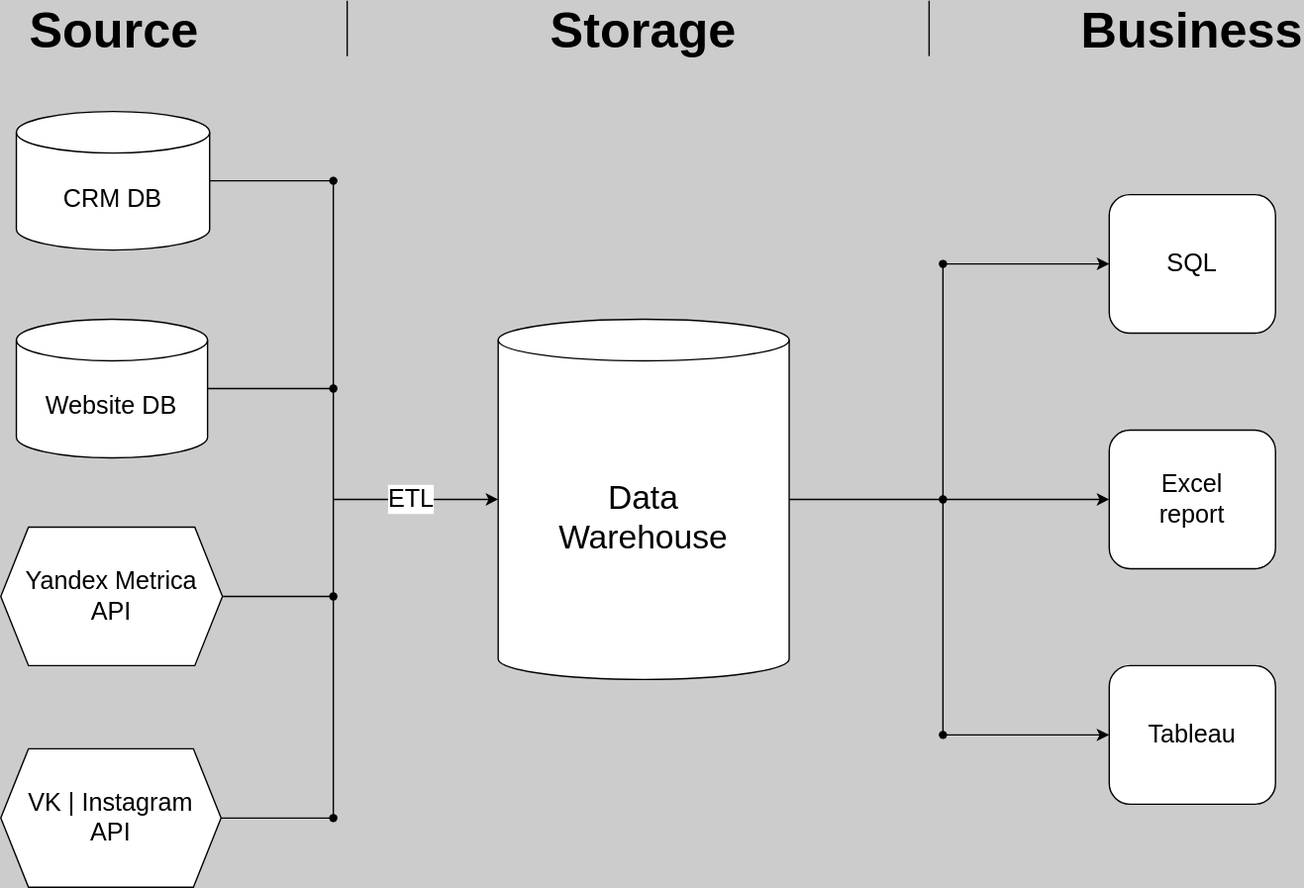
atsterq/DE-101 keeps this draw.io diagram as Module 1/Analytic solution architercture.drawio.svg. Above is the earlier version. Source tidied: cells renumbered, new cells last; positions are measured from the earlier drawing's top-left corner, leaving out a move shared by most shapes.
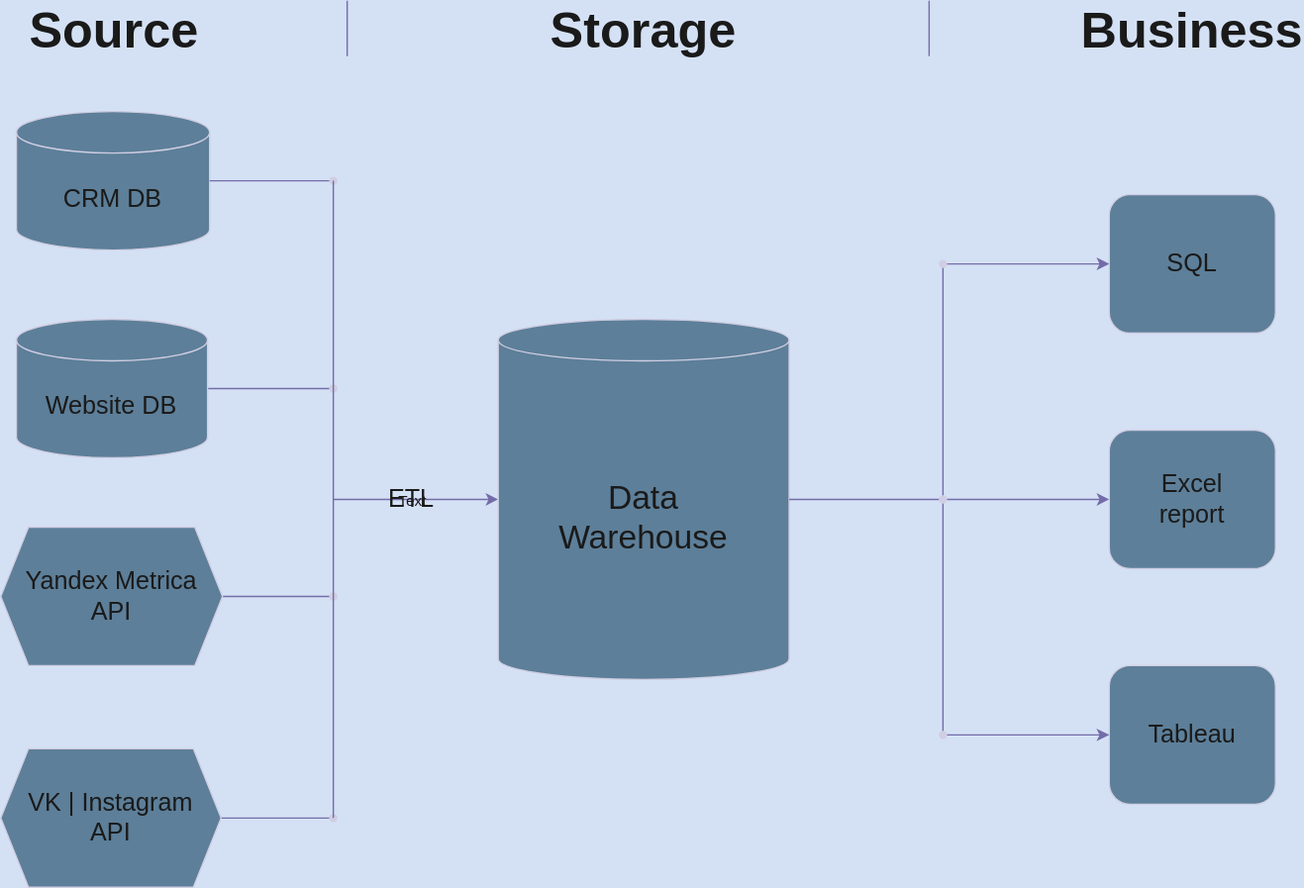
The same file after the commit.

What changed in the source:
```diff
@@ -1,8 +1,8 @@
-<mxGraphModel background="#CCCCCC">
+<mxGraphModel background="#D4E1F5">
   <root>
     <mxCell id="0" />
     <mxCell id="1" parent="0" />
-    <mxCell id="2" style="endArrow=none;html=1;rounded=0;" parent="1" edge="1">
+    <mxCell id="2" style="endArrow=none;html=1;rounded=0;labelBackgroundColor=none;strokeColor=#736CA8;fontColor=default;" parent="1" edge="1">
       <mxGeometry relative="1" as="geometry">
         <mxPoint x="250" y="40" as="sourcePoint" />
         <mxPoint x="250" y="40" as="targetPoint" />
@@ -11,108 +11,108 @@
         </Array>
       </mxGeometry>
     </mxCell>
-    <mxCell id="3" style="endArrow=none;html=1;rounded=0;" parent="1" edge="1">
+    <mxCell id="3" style="endArrow=none;html=1;rounded=0;labelBackgroundColor=none;strokeColor=#736CA8;fontColor=default;" parent="1" edge="1">
       <mxGeometry relative="1" as="geometry">
         <mxPoint x="670" y="40" as="sourcePoint" />
         <mxPoint x="670" as="targetPoint" />
       </mxGeometry>
     </mxCell>
-    <mxCell id="4" value="&lt;b&gt;&lt;font style=&quot;font-size: 36px;&quot;&gt;Source&lt;/font&gt;&lt;/b&gt;" style="text;html=1;strokeColor=none;fillColor=none;align=center;verticalAlign=middle;whiteSpace=wrap;rounded=0;" parent="1" vertex="1">
+    <mxCell id="4" value="&lt;b&gt;&lt;font style=&quot;font-size: 36px;&quot;&gt;Source&lt;/font&gt;&lt;/b&gt;" style="text;html=1;strokeColor=none;fillColor=none;align=center;verticalAlign=middle;whiteSpace=wrap;rounded=0;labelBackgroundColor=none;fontColor=#1A1A1A;" parent="1" vertex="1">
       <mxGeometry x="52" y="6" width="60" height="30" as="geometry" />
     </mxCell>
-    <mxCell id="5" value="&lt;b&gt;&lt;font style=&quot;font-size: 36px;&quot;&gt;Storage&lt;/font&gt;&lt;/b&gt;" style="text;html=1;strokeColor=none;fillColor=none;align=center;verticalAlign=middle;whiteSpace=wrap;rounded=0;" parent="1" vertex="1">
+    <mxCell id="5" value="&lt;b&gt;&lt;font style=&quot;font-size: 36px;&quot;&gt;Storage&lt;/font&gt;&lt;/b&gt;" style="text;html=1;strokeColor=none;fillColor=none;align=center;verticalAlign=middle;whiteSpace=wrap;rounded=0;labelBackgroundColor=none;fontColor=#1A1A1A;" parent="1" vertex="1">
       <mxGeometry x="434" y="6" width="60" height="30" as="geometry" />
     </mxCell>
-    <mxCell id="6" value="&lt;b&gt;&lt;font style=&quot;font-size: 36px;&quot;&gt;Business&lt;/font&gt;&lt;/b&gt;" style="text;html=1;strokeColor=none;fillColor=none;align=center;verticalAlign=middle;whiteSpace=wrap;rounded=0;" parent="1" vertex="1">
+    <mxCell id="6" value="&lt;b&gt;&lt;font style=&quot;font-size: 36px;&quot;&gt;Business&lt;/font&gt;&lt;/b&gt;" style="text;html=1;strokeColor=none;fillColor=none;align=center;verticalAlign=middle;whiteSpace=wrap;rounded=0;labelBackgroundColor=none;fontColor=#1A1A1A;" parent="1" vertex="1">
       <mxGeometry x="830" y="6" width="60" height="30" as="geometry" />
     </mxCell>
-    <mxCell id="7" value="&lt;font style=&quot;font-size: 18px;&quot;&gt;CRM DB&lt;/font&gt;" style="shape=cylinder3;whiteSpace=wrap;html=1;boundedLbl=1;backgroundOutline=1;size=15;" parent="1" vertex="1">
+    <mxCell id="7" value="&lt;font style=&quot;font-size: 18px;&quot;&gt;CRM DB&lt;/font&gt;" style="shape=cylinder3;whiteSpace=wrap;html=1;boundedLbl=1;backgroundOutline=1;size=15;labelBackgroundColor=none;fillColor=#5D7F99;strokeColor=#D0CEE2;fontColor=#1A1A1A;" parent="1" vertex="1">
       <mxGeometry x="11.2" y="80" width="139.5" height="100" as="geometry" />
     </mxCell>
-    <mxCell id="8" style="edgeStyle=orthogonalEdgeStyle;rounded=0;jettySize=auto;html=1;endArrow=none;endFill=0;" parent="1" edge="1" source="9" target="18">
+    <mxCell id="8" style="edgeStyle=orthogonalEdgeStyle;rounded=0;jettySize=auto;html=1;endArrow=none;endFill=0;labelBackgroundColor=none;strokeColor=#736CA8;fontColor=default;" parent="1" edge="1" source="9" target="18">
       <mxGeometry relative="1" as="geometry" />
     </mxCell>
-    <mxCell id="9" value="&lt;font style=&quot;font-size: 18px;&quot;&gt;Website DB&lt;/font&gt;" style="shape=cylinder3;whiteSpace=wrap;html=1;boundedLbl=1;backgroundOutline=1;size=15;" parent="1" vertex="1">
+    <mxCell id="9" value="&lt;font style=&quot;font-size: 18px;&quot;&gt;Website DB&lt;/font&gt;" style="shape=cylinder3;whiteSpace=wrap;html=1;boundedLbl=1;backgroundOutline=1;size=15;labelBackgroundColor=none;fillColor=#5D7F99;strokeColor=#D0CEE2;fontColor=#1A1A1A;" parent="1" vertex="1">
       <mxGeometry x="11.2" y="230" width="138" height="100" as="geometry" />
     </mxCell>
-    <mxCell id="10" style="edgeStyle=orthogonalEdgeStyle;rounded=0;jettySize=auto;html=1;endArrow=none;endFill=0;" parent="1" edge="1" source="11" target="21">
+    <mxCell id="10" style="edgeStyle=orthogonalEdgeStyle;rounded=0;jettySize=auto;html=1;endArrow=none;endFill=0;labelBackgroundColor=none;strokeColor=#736CA8;fontColor=default;" parent="1" edge="1" source="11" target="21">
       <mxGeometry relative="1" as="geometry" />
     </mxCell>
-    <mxCell id="11" value="&lt;font style=&quot;font-size: 18px;&quot;&gt;Yandex Metrica&lt;br style=&quot;border-color: var(--border-color);&quot;&gt;API&lt;/font&gt;" style="shape=hexagon;perimeter=hexagonPerimeter2;whiteSpace=wrap;html=1;fixedSize=1;" parent="1" vertex="1">
+    <mxCell id="11" value="&lt;font style=&quot;font-size: 18px;&quot;&gt;Yandex Metrica&lt;br style=&quot;border-color: var(--border-color);&quot;&gt;API&lt;/font&gt;" style="shape=hexagon;perimeter=hexagonPerimeter2;whiteSpace=wrap;html=1;fixedSize=1;labelBackgroundColor=none;fillColor=#5D7F99;strokeColor=#D0CEE2;fontColor=#1A1A1A;" parent="1" vertex="1">
       <mxGeometry y="380" width="160" height="100" as="geometry" />
     </mxCell>
-    <mxCell id="12" style="edgeStyle=orthogonalEdgeStyle;rounded=0;jettySize=auto;html=1;endArrow=none;endFill=0;" parent="1" edge="1" source="13" target="22">
+    <mxCell id="12" style="edgeStyle=orthogonalEdgeStyle;rounded=0;jettySize=auto;html=1;endArrow=none;endFill=0;labelBackgroundColor=none;strokeColor=#736CA8;fontColor=default;" parent="1" edge="1" source="13" target="22">
       <mxGeometry relative="1" as="geometry" />
     </mxCell>
-    <mxCell id="13" value="&lt;font style=&quot;&quot;&gt;&lt;font style=&quot;font-size: 18px;&quot;&gt;VK | Instagram&lt;br&gt;API&lt;/font&gt;&lt;br&gt;&lt;/font&gt;" style="shape=hexagon;perimeter=hexagonPerimeter2;whiteSpace=wrap;html=1;fixedSize=1;" parent="1" vertex="1">
+    <mxCell id="13" value="&lt;font style=&quot;&quot;&gt;&lt;font style=&quot;font-size: 18px;&quot;&gt;VK | Instagram&lt;br&gt;API&lt;/font&gt;&lt;br&gt;&lt;/font&gt;" style="shape=hexagon;perimeter=hexagonPerimeter2;whiteSpace=wrap;html=1;fixedSize=1;labelBackgroundColor=none;fillColor=#5D7F99;strokeColor=#D0CEE2;fontColor=#1A1A1A;" parent="1" vertex="1">
       <mxGeometry y="540" width="159" height="100" as="geometry" />
     </mxCell>
-    <mxCell id="14" style="edgeStyle=orthogonalEdgeStyle;rounded=0;jettySize=auto;html=1;startArrow=classic;startFill=1;endArrow=none;endFill=0;" parent="1" edge="1" source="17">
+    <mxCell id="14" style="edgeStyle=orthogonalEdgeStyle;rounded=0;jettySize=auto;html=1;startArrow=classic;startFill=1;endArrow=none;endFill=0;labelBackgroundColor=none;strokeColor=#736CA8;fontColor=default;" parent="1" edge="1" source="17">
       <mxGeometry relative="1" as="geometry">
         <mxPoint x="240" y="360" as="targetPoint" />
       </mxGeometry>
     </mxCell>
-    <mxCell id="15" value="Text" style="edgeLabel;html=1;align=center;verticalAlign=middle;" parent="14" vertex="1">
+    <mxCell id="15" value="Text" style="edgeLabel;html=1;align=center;verticalAlign=middle;labelBackgroundColor=none;fontColor=#1A1A1A;" parent="14" vertex="1">
       <mxGeometry x="0.05" relative="1" as="geometry" />
     </mxCell>
-    <mxCell id="16" value="&lt;font style=&quot;font-size: 18px;&quot;&gt;ETL&lt;/font&gt;" style="edgeLabel;html=1;align=center;verticalAlign=middle;" parent="14" vertex="1">
+    <mxCell id="16" value="&lt;font style=&quot;font-size: 18px;&quot;&gt;ETL&lt;/font&gt;" style="edgeLabel;html=1;align=center;verticalAlign=middle;labelBackgroundColor=none;fontColor=#1A1A1A;" parent="14" vertex="1">
       <mxGeometry x="0.07" y="-1" relative="1" as="geometry" />
     </mxCell>
-    <mxCell id="17" value="&lt;font style=&quot;font-size: 24px;&quot;&gt;Data&lt;br&gt;Warehouse&lt;/font&gt;" style="shape=cylinder3;whiteSpace=wrap;html=1;boundedLbl=1;backgroundOutline=1;size=15;" parent="1" vertex="1">
+    <mxCell id="17" value="&lt;font style=&quot;font-size: 24px;&quot;&gt;Data&lt;br&gt;Warehouse&lt;/font&gt;" style="shape=cylinder3;whiteSpace=wrap;html=1;boundedLbl=1;backgroundOutline=1;size=15;labelBackgroundColor=none;fillColor=#5D7F99;strokeColor=#D0CEE2;fontColor=#1A1A1A;" parent="1" vertex="1">
       <mxGeometry x="359" y="230" width="210" height="260" as="geometry" />
     </mxCell>
-    <mxCell id="18" style="shape=waypoint;sketch=0;fillStyle=solid;size=6;points=[];fillColor=none;perimeter=centerPerimeter;snapToPoint=1;" parent="1" vertex="1">
+    <mxCell id="18" style="shape=waypoint;sketch=0;fillStyle=solid;size=6;points=[];fillColor=none;perimeter=centerPerimeter;snapToPoint=1;labelBackgroundColor=none;strokeColor=#D0CEE2;fontColor=#1A1A1A;" parent="1" vertex="1">
       <mxGeometry x="230" y="270" width="20" height="20" as="geometry" />
     </mxCell>
-    <mxCell id="19" style="edgeStyle=orthogonalEdgeStyle;rounded=0;jettySize=auto;html=1;endArrow=none;endFill=0;" parent="1" edge="1" source="20" target="7">
+    <mxCell id="19" style="edgeStyle=orthogonalEdgeStyle;rounded=0;jettySize=auto;html=1;endArrow=none;endFill=0;labelBackgroundColor=none;strokeColor=#736CA8;fontColor=default;" parent="1" edge="1" source="20" target="7">
       <mxGeometry relative="1" as="geometry" />
     </mxCell>
-    <mxCell id="20" style="shape=waypoint;sketch=0;fillStyle=solid;size=6;points=[];fillColor=none;perimeter=centerPerimeter;snapToPoint=1;" parent="1" vertex="1">
+    <mxCell id="20" style="shape=waypoint;sketch=0;fillStyle=solid;size=6;points=[];fillColor=none;perimeter=centerPerimeter;snapToPoint=1;labelBackgroundColor=none;strokeColor=#D0CEE2;fontColor=#1A1A1A;" parent="1" vertex="1">
       <mxGeometry x="230" y="120" width="20" height="20" as="geometry" />
     </mxCell>
-    <mxCell id="21" style="shape=waypoint;sketch=0;fillStyle=solid;size=6;points=[];fillColor=none;perimeter=centerPerimeter;snapToPoint=1;" parent="1" vertex="1">
+    <mxCell id="21" style="shape=waypoint;sketch=0;fillStyle=solid;size=6;points=[];fillColor=none;perimeter=centerPerimeter;snapToPoint=1;labelBackgroundColor=none;strokeColor=#D0CEE2;fontColor=#1A1A1A;" parent="1" vertex="1">
       <mxGeometry x="230" y="420" width="20" height="20" as="geometry" />
     </mxCell>
-    <mxCell id="22" style="shape=waypoint;sketch=0;fillStyle=solid;size=6;points=[];fillColor=none;perimeter=centerPerimeter;snapToPoint=1;" parent="1" vertex="1">
+    <mxCell id="22" style="shape=waypoint;sketch=0;fillStyle=solid;size=6;points=[];fillColor=none;perimeter=centerPerimeter;snapToPoint=1;labelBackgroundColor=none;strokeColor=#D0CEE2;fontColor=#1A1A1A;" parent="1" vertex="1">
       <mxGeometry x="230" y="580" width="20" height="20" as="geometry" />
     </mxCell>
-    <mxCell id="23" style="edgeStyle=orthogonalEdgeStyle;rounded=0;jettySize=auto;html=1;entryX=0.524;entryY=0.867;entryDx=0;entryDy=0;entryPerimeter=0;endArrow=none;endFill=0;" parent="1" edge="1" source="20" target="22">
+    <mxCell id="23" style="edgeStyle=orthogonalEdgeStyle;rounded=0;jettySize=auto;html=1;entryX=0.524;entryY=0.867;entryDx=0;entryDy=0;entryPerimeter=0;endArrow=none;endFill=0;labelBackgroundColor=none;strokeColor=#736CA8;fontColor=default;" parent="1" edge="1" source="20" target="22">
       <mxGeometry relative="1" as="geometry" />
     </mxCell>
-    <mxCell id="24" value="&lt;font style=&quot;font-size: 18px;&quot;&gt;SQL&lt;/font&gt;" style="rounded=1;whiteSpace=wrap;html=1;" parent="1" vertex="1">
+    <mxCell id="24" value="&lt;font style=&quot;font-size: 18px;&quot;&gt;SQL&lt;/font&gt;" style="rounded=1;whiteSpace=wrap;html=1;labelBackgroundColor=none;fillColor=#5D7F99;strokeColor=#D0CEE2;fontColor=#1A1A1A;" parent="1" vertex="1">
       <mxGeometry x="800" y="140" width="120" height="100" as="geometry" />
     </mxCell>
-    <mxCell id="25" value="&lt;font style=&quot;font-size: 18px;&quot;&gt;Excel&lt;br&gt;report&lt;br&gt;&lt;/font&gt;" style="rounded=1;whiteSpace=wrap;html=1;" parent="1" vertex="1">
+    <mxCell id="25" value="&lt;font style=&quot;font-size: 18px;&quot;&gt;Excel&lt;br&gt;report&lt;br&gt;&lt;/font&gt;" style="rounded=1;whiteSpace=wrap;html=1;labelBackgroundColor=none;fillColor=#5D7F99;strokeColor=#D0CEE2;fontColor=#1A1A1A;" parent="1" vertex="1">
       <mxGeometry x="800" y="310" width="120" height="100" as="geometry" />
     </mxCell>
-    <mxCell id="26" value="&lt;font style=&quot;font-size: 18px;&quot;&gt;Tableau&lt;/font&gt;" style="rounded=1;whiteSpace=wrap;html=1;" parent="1" vertex="1">
+    <mxCell id="26" value="&lt;font style=&quot;font-size: 18px;&quot;&gt;Tableau&lt;/font&gt;" style="rounded=1;whiteSpace=wrap;html=1;labelBackgroundColor=none;fillColor=#5D7F99;strokeColor=#D0CEE2;fontColor=#1A1A1A;" parent="1" vertex="1">
       <mxGeometry x="800" y="480" width="120" height="100" as="geometry" />
     </mxCell>
-    <mxCell id="27" style="edgeStyle=orthogonalEdgeStyle;rounded=0;jettySize=auto;html=1;endArrow=none;endFill=0;" parent="1" edge="1" source="29" target="33">
+    <mxCell id="27" style="edgeStyle=orthogonalEdgeStyle;rounded=0;jettySize=auto;html=1;endArrow=none;endFill=0;labelBackgroundColor=none;strokeColor=#736CA8;fontColor=default;" parent="1" edge="1" source="29" target="33">
       <mxGeometry relative="1" as="geometry" />
     </mxCell>
-    <mxCell id="28" style="edgeStyle=orthogonalEdgeStyle;rounded=0;jettySize=auto;html=1;endArrow=classic;endFill=1;" parent="1" edge="1" source="29" target="24">
+    <mxCell id="28" style="edgeStyle=orthogonalEdgeStyle;rounded=0;jettySize=auto;html=1;endArrow=classic;endFill=1;labelBackgroundColor=none;strokeColor=#736CA8;fontColor=default;" parent="1" edge="1" source="29" target="24">
       <mxGeometry relative="1" as="geometry" />
     </mxCell>
-    <mxCell id="29" style="shape=waypoint;sketch=0;fillStyle=solid;size=6;points=[];fillColor=none;perimeter=centerPerimeter;snapToPoint=1;" parent="1" vertex="1">
+    <mxCell id="29" style="shape=waypoint;sketch=0;fillStyle=solid;size=6;points=[];fillColor=none;perimeter=centerPerimeter;snapToPoint=1;labelBackgroundColor=none;strokeColor=#D0CEE2;fontColor=#1A1A1A;" parent="1" vertex="1">
       <mxGeometry x="670" y="180" width="20" height="20" as="geometry" />
     </mxCell>
-    <mxCell id="30" style="edgeStyle=orthogonalEdgeStyle;rounded=0;jettySize=auto;html=1;endArrow=none;endFill=0;" parent="1" edge="1" source="33" target="35">
+    <mxCell id="30" style="edgeStyle=orthogonalEdgeStyle;rounded=0;jettySize=auto;html=1;endArrow=none;endFill=0;labelBackgroundColor=none;strokeColor=#736CA8;fontColor=default;" parent="1" edge="1" source="33" target="35">
       <mxGeometry relative="1" as="geometry" />
     </mxCell>
-    <mxCell id="31" style="edgeStyle=orthogonalEdgeStyle;rounded=0;jettySize=auto;html=1;endArrow=classic;endFill=1;" parent="1" edge="1" source="33" target="25">
+    <mxCell id="31" style="edgeStyle=orthogonalEdgeStyle;rounded=0;jettySize=auto;html=1;endArrow=classic;endFill=1;labelBackgroundColor=none;strokeColor=#736CA8;fontColor=default;" parent="1" edge="1" source="33" target="25">
       <mxGeometry relative="1" as="geometry" />
     </mxCell>
-    <mxCell id="32" style="edgeStyle=orthogonalEdgeStyle;rounded=0;jettySize=auto;html=1;endArrow=none;endFill=0;" parent="1" edge="1" source="33" target="17">
+    <mxCell id="32" style="edgeStyle=orthogonalEdgeStyle;rounded=0;jettySize=auto;html=1;endArrow=none;endFill=0;labelBackgroundColor=none;strokeColor=#736CA8;fontColor=default;" parent="1" edge="1" source="33" target="17">
       <mxGeometry relative="1" as="geometry" />
     </mxCell>
-    <mxCell id="33" style="shape=waypoint;sketch=0;fillStyle=solid;size=6;points=[];fillColor=none;perimeter=centerPerimeter;snapToPoint=1;" parent="1" vertex="1">
+    <mxCell id="33" style="shape=waypoint;sketch=0;fillStyle=solid;size=6;points=[];fillColor=none;perimeter=centerPerimeter;snapToPoint=1;labelBackgroundColor=none;strokeColor=#D0CEE2;fontColor=#1A1A1A;" parent="1" vertex="1">
       <mxGeometry x="670" y="350" width="20" height="20" as="geometry" />
     </mxCell>
-    <mxCell id="34" style="edgeStyle=orthogonalEdgeStyle;rounded=0;jettySize=auto;html=1;endArrow=classic;endFill=1;" parent="1" edge="1" source="35" target="26">
+    <mxCell id="34" style="edgeStyle=orthogonalEdgeStyle;rounded=0;jettySize=auto;html=1;endArrow=classic;endFill=1;labelBackgroundColor=none;strokeColor=#736CA8;fontColor=default;" parent="1" edge="1" source="35" target="26">
       <mxGeometry relative="1" as="geometry" />
     </mxCell>
-    <mxCell id="35" style="shape=waypoint;sketch=0;fillStyle=solid;size=6;points=[];fillColor=none;perimeter=centerPerimeter;snapToPoint=1;" parent="1" vertex="1">
+    <mxCell id="35" style="shape=waypoint;sketch=0;fillStyle=solid;size=6;points=[];fillColor=none;perimeter=centerPerimeter;snapToPoint=1;labelBackgroundColor=none;strokeColor=#D0CEE2;fontColor=#1A1A1A;" parent="1" vertex="1">
       <mxGeometry x="670" y="520" width="20" height="20" as="geometry" />
     </mxCell>
   </root>
```
